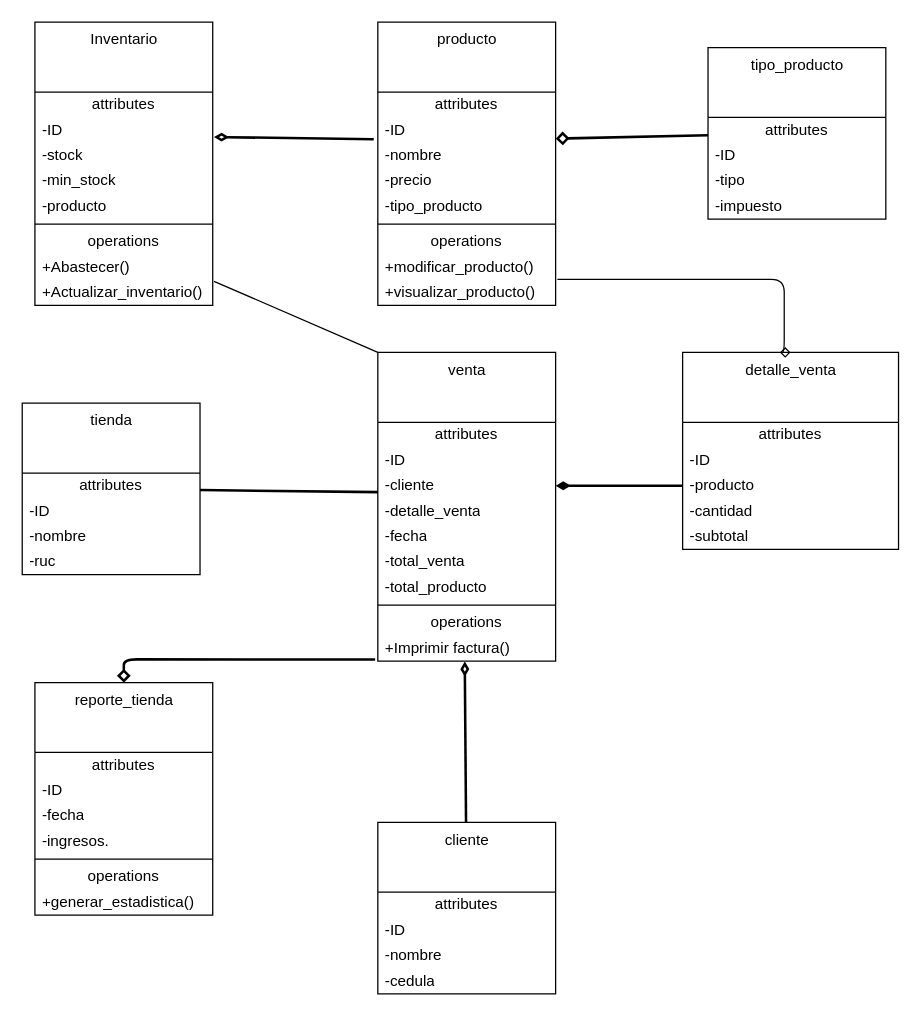
This is drawio/proyecto.drawio from RoChuquiana7845/TareaPOO1, a draw.io file, before an edit. Source tidied: cells renumbered, new cells numbered last; positions are measured from the earlier drawing's top-left corner, leaving out a move shared by most shapes. Both pictures are drawn from the tidied source at 127%, with x=0, y=0 at pixel (22, 22).
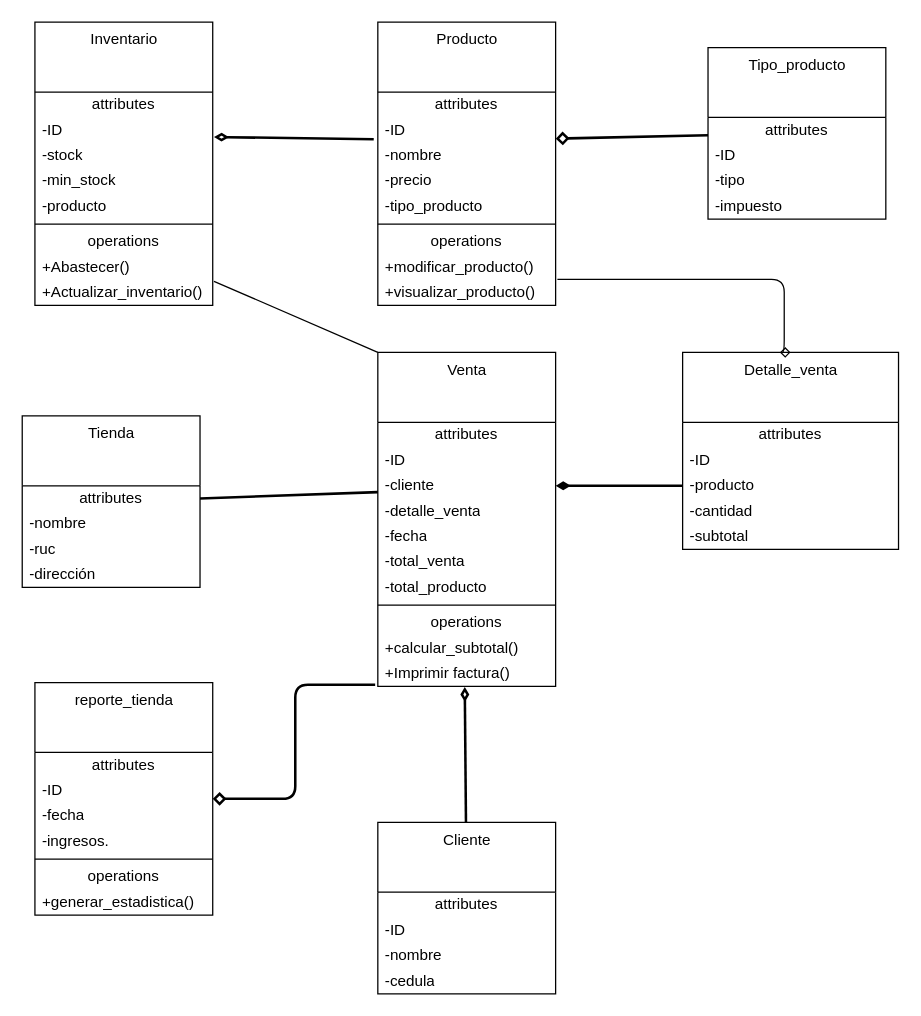
The same diagram, later.

Commit message (it also covers changes not shown here):
Tarea finalizada

What changed in the source:
```diff
@@
-    <mxCell id="13" value="producto" style="swimlane;fontStyle=0;align=center;verticalAlign=top;horizontal=1;startSize=55;html=1;" parent="1" vertex="1">
+    <mxCell id="13" value="Producto" style="swimlane;fontStyle=0;align=center;verticalAlign=top;horizontal=1;startSize=55;html=1;" parent="1" vertex="1">
       <mxGeometry x="280" width="140" height="223" as="geometry" />
     </mxCell>
@@
-    <mxCell id="24" value="tienda" style="swimlane;fontStyle=0;align=center;verticalAlign=top;horizontal=1;startSize=55;html=1;" parent="1" vertex="1">
-      <mxGeometry y="300" width="140" height="135" as="geometry" />
+    <mxCell id="24" value="Tienda" style="swimlane;fontStyle=0;align=center;verticalAlign=top;horizontal=1;startSize=55;html=1;" parent="1" vertex="1">
+      <mxGeometry y="310" width="140" height="135" as="geometry" />
     </mxCell>
@@
-    <mxCell id="26" value="-ID" style="text;html=1;strokeColor=none;fillColor=none;align=left;verticalAlign=middle;spacingLeft=4;spacingRight=4;overflow=hidden;" parent="24" vertex="1">
-      <mxGeometry y="75" width="140" height="20" as="geometry" />
-    </mxCell>
     <mxCell id="27" value="-nombre" style="text;html=1;strokeColor=none;fillColor=none;align=left;verticalAlign=middle;spacingLeft=4;spacingRight=4;overflow=hidden;" parent="24" vertex="1">
-      <mxGeometry y="95" width="140" height="20" as="geometry" />
+      <mxGeometry y="75" width="140" height="20" as="geometry" />
     </mxCell>
     <mxCell id="28" value="-ruc" style="text;html=1;strokeColor=none;fillColor=none;align=left;verticalAlign=middle;spacingLeft=4;spacingRight=4;overflow=hidden;" parent="24" vertex="1">
-      <mxGeometry y="115" width="140" height="20" as="geometry" />
+      <mxGeometry y="95" width="140" height="20" as="geometry" />
     </mxCell>
+    <mxCell id="70" value="-dirección" style="text;html=1;strokeColor=none;fillColor=none;align=left;verticalAlign=middle;spacingLeft=4;spacingRight=4;overflow=hidden;" parent="24" vertex="1">
+      <mxGeometry y="115" width="140" height="20" as="geometry" />
+    </mxCell>
@@
-    <mxCell id="30" value="venta" style="swimlane;fontStyle=0;align=center;verticalAlign=top;horizontal=1;startSize=55;html=1;" parent="1" vertex="1">
-      <mxGeometry x="280" y="260" width="140" height="243" as="geometry" />
+    <mxCell id="30" value="Venta" style="swimlane;fontStyle=0;align=center;verticalAlign=top;horizontal=1;startSize=55;html=1;" parent="1" vertex="1">
+      <mxGeometry x="280" y="260" width="140" height="263" as="geometry" />
     </mxCell>
@@
+    <mxCell id="71" value="+calcular_subtotal()" style="text;html=1;strokeColor=none;fillColor=none;align=left;verticalAlign=middle;spacingLeft=4;spacingRight=4;overflow=hidden;" parent="30" vertex="1">
+      <mxGeometry y="223" width="140" height="20" as="geometry" />
+    </mxCell>
     <mxCell id="40" value="+Imprimir factura()" style="text;html=1;strokeColor=none;fillColor=none;align=left;verticalAlign=middle;spacingLeft=4;spacingRight=4;overflow=hidden;points=[[0,0.5],[1,0.5]];portConstraint=eastwest;" parent="30" vertex="1">
-      <mxGeometry y="223" width="140" height="20" as="geometry" />
+      <mxGeometry y="243" width="140" height="20" as="geometry" />
     </mxCell>
@@
-    <mxCell id="42" value="cliente" style="swimlane;fontStyle=0;align=center;verticalAlign=top;horizontal=1;startSize=55;html=1;" parent="1" vertex="1">
+    <mxCell id="42" value="Cliente" style="swimlane;fontStyle=0;align=center;verticalAlign=top;horizontal=1;startSize=55;html=1;" parent="1" vertex="1">
       <mxGeometry x="280" y="630" width="140" height="135" as="geometry" />
     </mxCell>
@@
-    <mxCell id="57" value="tipo_producto" style="swimlane;fontStyle=0;align=center;verticalAlign=top;horizontal=1;startSize=55;html=1;" parent="1" vertex="1">
+    <mxCell id="57" value="Tipo_producto" style="swimlane;fontStyle=0;align=center;verticalAlign=top;horizontal=1;startSize=55;html=1;" parent="1" vertex="1">
       <mxGeometry x="540" y="20" width="140" height="135" as="geometry" />
     </mxCell>
@@
-    <mxCell id="62" value="detalle_venta" style="swimlane;fontStyle=0;align=center;verticalAlign=top;horizontal=1;startSize=55;html=1;" parent="1" vertex="1">
+    <mxCell id="62" value="Detalle_venta" style="swimlane;fontStyle=0;align=center;verticalAlign=top;horizontal=1;startSize=55;html=1;" parent="1" vertex="1">
       <mxGeometry x="520" y="260" width="170" height="155" as="geometry" />
     </mxCell>
```
